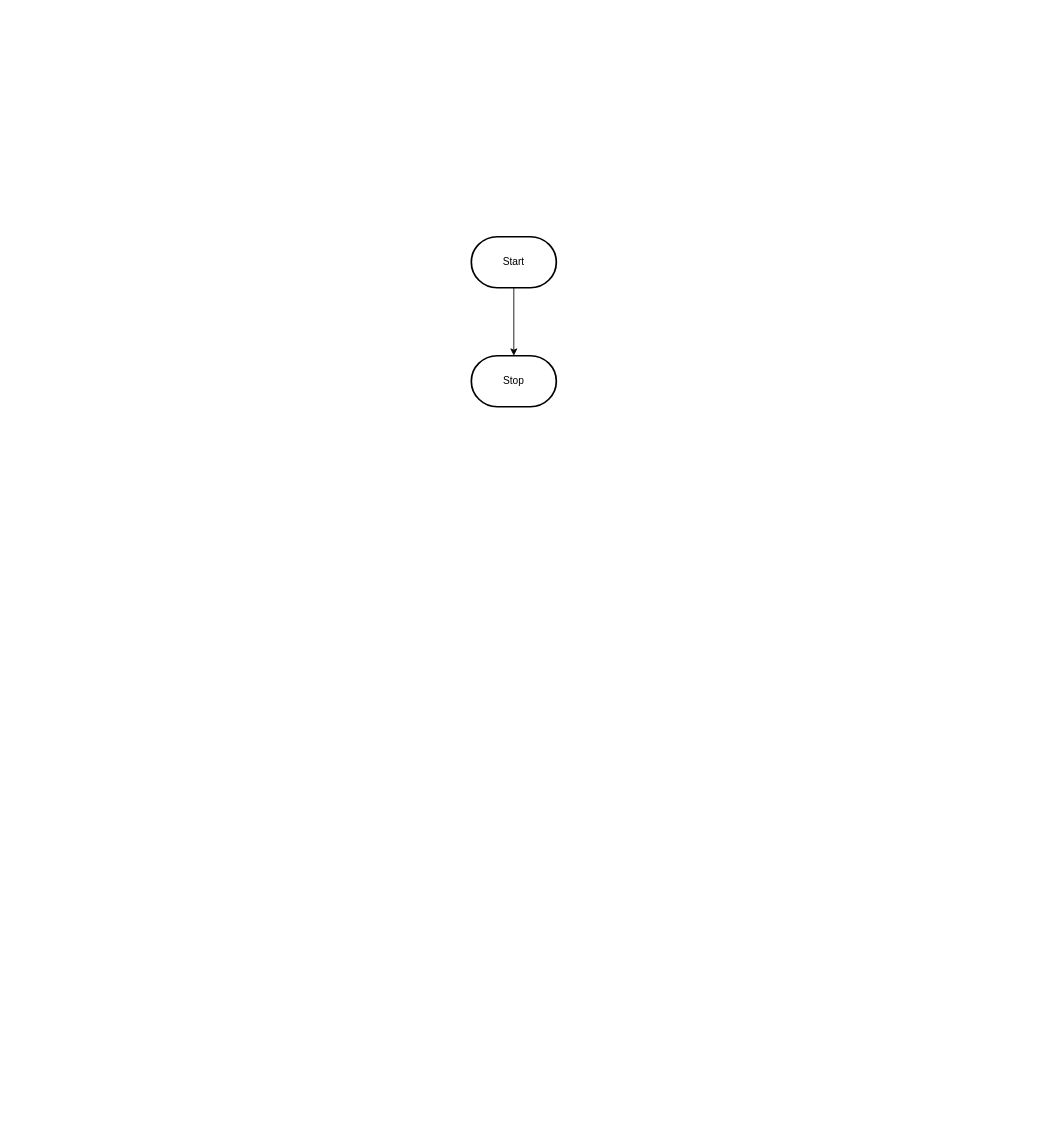
Earlier version of the draw.io diagram design/flowchart.drawio (MTHS-ICS2O-2-2022/ICS2O-Assignment-04-Bonnie-Zhu). Source tidied: cells renumbered, new cells numbered last; positions are measured from the earlier drawing's top-left corner, leaving out a move shared by most shapes. Both pictures are drawn from the tidied source at 85%, with x=0, y=0 at pixel (471, 236).
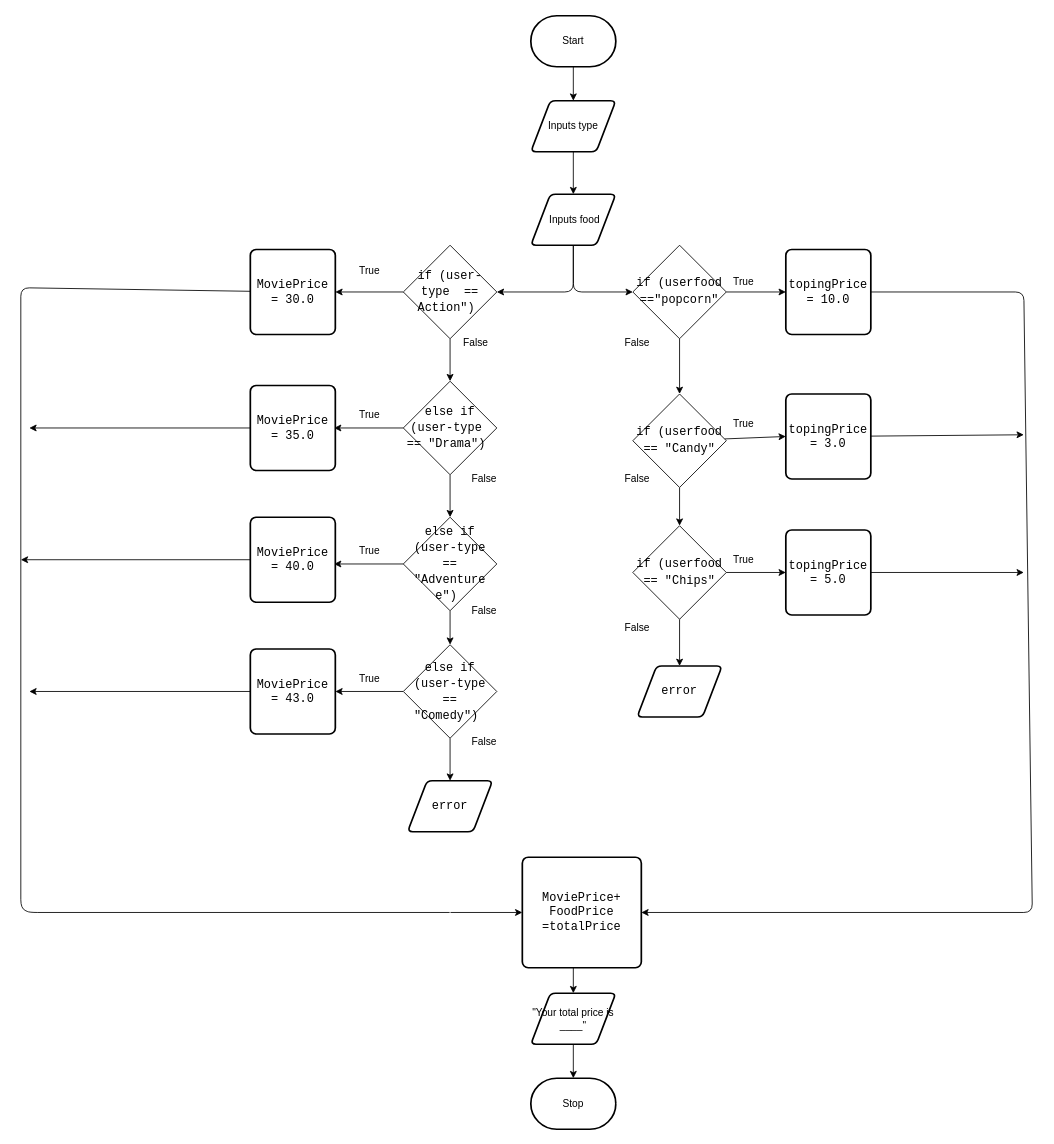
Above is the later version.

Change to the diagram source:
```diff
@@
-    <mxCell id="2" style="edgeStyle=orthogonalEdgeStyle;html=1;rounded=0;" parent="1" edge="1" source="3" target="4">
-      <mxGeometry relative="1" as="geometry" />
-    </mxCell>
+    <mxCell id="5" style="edgeStyle=none;html=1;fontColor=#000000;" parent="1" edge="1" source="3" target="7">
+      <mxGeometry relative="1" as="geometry" />
+    </mxCell>
-    <mxCell id="3" value="Start" style="strokeWidth=2;html=1;shape=mxgraph.flowchart.terminator;whiteSpace=wrap;" parent="1" vertex="1">
-      <mxGeometry width="100" height="60" as="geometry" />
+    <mxCell id="3" value="&lt;font color=&quot;#000000&quot;&gt;Start&lt;/font&gt;" style="strokeWidth=2;html=1;shape=mxgraph.flowchart.terminator;whiteSpace=wrap;" parent="1" vertex="1">
+      <mxGeometry x="70" y="-260" width="100" height="60" as="geometry" />
     </mxCell>
+    <mxCell id="6" style="edgeStyle=none;html=1;entryX=0.5;entryY=0;entryDx=0;entryDy=0;fontColor=#000000;" parent="1" edge="1" source="7" target="15">
+      <mxGeometry relative="1" as="geometry" />
+    </mxCell>
+    <mxCell id="7" value="&lt;font&gt;Inputs type&lt;/font&gt;" style="shape=parallelogram;html=1;strokeWidth=2;perimeter=parallelogramPerimeter;whiteSpace=wrap;rounded=1;arcSize=12;size=0.23;fontColor=#000000;" parent="1" vertex="1">
+      <mxGeometry x="70" y="-160" width="100" height="60" as="geometry" />
+    </mxCell>
+    <mxCell id="8" style="edgeStyle=none;html=1;fontColor=#000000;" parent="1" edge="1" target="12">
+      <mxGeometry relative="1" as="geometry">
+        <mxPoint x="120" y="850" as="sourcePoint" />
+      </mxGeometry>
+    </mxCell>
+    <mxCell id="9" style="edgeStyle=none;html=1;entryX=0;entryY=0.5;entryDx=0;entryDy=0;fontColor=#000000;" parent="1" edge="1" source="10" target="53">
+      <mxGeometry relative="1" as="geometry">
+        <Array as="points">
+          <mxPoint x="-530" y="60" />
+          <mxPoint x="-530" y="790" />
+          <mxPoint x="-520" y="795" />
+        </Array>
+      </mxGeometry>
+    </mxCell>
+    <mxCell id="10" value="&lt;span style=&quot;font-family: &amp;quot;consolas&amp;quot; , &amp;quot;courier new&amp;quot; , monospace ; font-size: 14px&quot;&gt;&lt;font&gt;MoviePrice = 30.0&lt;/font&gt;&lt;/span&gt;" style="rounded=1;whiteSpace=wrap;html=1;absoluteArcSize=1;arcSize=14;strokeWidth=2;fontColor=#000000;" parent="1" vertex="1">
+      <mxGeometry x="-260" y="15" width="100" height="100" as="geometry" />
+    </mxCell>
+    <mxCell id="11" style="edgeStyle=none;html=1;fontColor=#000000;" parent="1" edge="1" source="12">
+      <mxGeometry relative="1" as="geometry">
+        <mxPoint x="120" y="990" as="targetPoint" />
+      </mxGeometry>
+    </mxCell>
+    <mxCell id="12" value="&lt;font&gt;&quot;Your total price is ____&quot;&lt;/font&gt;" style="shape=parallelogram;html=1;strokeWidth=2;perimeter=parallelogramPerimeter;whiteSpace=wrap;rounded=1;arcSize=12;size=0.23;fontColor=#000000;" parent="1" vertex="1">
+      <mxGeometry x="70" y="890" width="100" height="60" as="geometry" />
+    </mxCell>
-    <mxCell id="4" value="Stop" style="strokeWidth=2;html=1;shape=mxgraph.flowchart.terminator;whiteSpace=wrap;" parent="1" vertex="1">
-      <mxGeometry y="140" width="100" height="60" as="geometry" />
+    <mxCell id="4" value="&lt;font&gt;Stop&lt;/font&gt;" style="strokeWidth=2;html=1;shape=mxgraph.flowchart.terminator;whiteSpace=wrap;fontColor=#000000;" parent="1" vertex="1">
+      <mxGeometry x="70" y="990" width="100" height="60" as="geometry" />
     </mxCell>
+    <mxCell id="13" style="edgeStyle=none;html=1;entryX=1;entryY=0.5;entryDx=0;entryDy=0;fontColor=#000000;" parent="1" edge="1" source="15" target="18">
+      <mxGeometry relative="1" as="geometry">
+        <Array as="points">
+          <mxPoint x="120" y="65" />
+        </Array>
+      </mxGeometry>
+    </mxCell>
+    <mxCell id="14" style="edgeStyle=none;html=1;entryX=0;entryY=0.5;entryDx=0;entryDy=0;fontColor=#000000;" parent="1" edge="1" source="15" target="38">
+      <mxGeometry relative="1" as="geometry">
+        <Array as="points">
+          <mxPoint x="120" y="65" />
+        </Array>
+      </mxGeometry>
+    </mxCell>
+    <mxCell id="15" value="&lt;font&gt;&amp;nbsp;Inputs food&lt;/font&gt;" style="shape=parallelogram;html=1;strokeWidth=2;perimeter=parallelogramPerimeter;whiteSpace=wrap;rounded=1;arcSize=12;size=0.23;fontColor=#000000;" parent="1" vertex="1">
+      <mxGeometry x="70" y="-50" width="100" height="60" as="geometry" />
+    </mxCell>
+    <mxCell id="16" style="edgeStyle=none;html=1;entryX=0.5;entryY=0;entryDx=0;entryDy=0;fontColor=#000000;" parent="1" edge="1" source="18" target="21">
+      <mxGeometry relative="1" as="geometry" />
+    </mxCell>
+    <mxCell id="17" style="edgeStyle=none;html=1;fontColor=#000000;" parent="1" edge="1" source="18" target="10">
+      <mxGeometry relative="1" as="geometry" />
+    </mxCell>
+    <mxCell id="18" value="&lt;div style=&quot;font-family: &amp;quot;consolas&amp;quot; , &amp;quot;courier new&amp;quot; , monospace ; font-size: 14px ; line-height: 19px&quot;&gt;&lt;font&gt;if (user-type&amp;nbsp; == Action&quot;)&amp;nbsp;&lt;/font&gt;&lt;/div&gt;" style="rhombus;whiteSpace=wrap;html=1;rounded=0;strokeWidth=1;fontColor=#000000;" parent="1" vertex="1">
+      <mxGeometry x="-80" y="10" width="110" height="110" as="geometry" />
+    </mxCell>
+    <mxCell id="19" style="edgeStyle=none;html=1;entryX=1;entryY=0.5;entryDx=0;entryDy=0;fontColor=#000000;" parent="1" edge="1" source="21">
+      <mxGeometry relative="1" as="geometry">
+        <mxPoint x="-161.5" y="225" as="targetPoint" />
+      </mxGeometry>
+    </mxCell>
+    <mxCell id="20" style="edgeStyle=none;html=1;entryX=0.5;entryY=0;entryDx=0;entryDy=0;fontColor=#000000;" parent="1" edge="1" source="21" target="24">
+      <mxGeometry relative="1" as="geometry" />
+    </mxCell>
+    <mxCell id="21" value="&lt;div style=&quot;font-family: &amp;quot;consolas&amp;quot; , &amp;quot;courier new&amp;quot; , monospace ; font-size: 14px ; line-height: 19px&quot;&gt;&lt;font&gt;else if (user-type&amp;nbsp; == &quot;Drama&quot;)&amp;nbsp;&lt;/font&gt;&lt;/div&gt;" style="rhombus;whiteSpace=wrap;html=1;fontColor=#000000;" parent="1" vertex="1">
+      <mxGeometry x="-80" y="170" width="110" height="110" as="geometry" />
+    </mxCell>
+    <mxCell id="22" style="edgeStyle=none;html=1;fontColor=#000000;" parent="1" edge="1" source="24">
+      <mxGeometry relative="1" as="geometry">
+        <mxPoint x="-161.5" y="385" as="targetPoint" />
+      </mxGeometry>
+    </mxCell>
+    <mxCell id="23" style="edgeStyle=none;html=1;entryX=0.5;entryY=0;entryDx=0;entryDy=0;fontColor=#000000;" parent="1" edge="1" source="24" target="27">
+      <mxGeometry relative="1" as="geometry" />
+    </mxCell>
+    <mxCell id="24" value="&lt;div style=&quot;font-family: &amp;quot;consolas&amp;quot; , &amp;quot;courier new&amp;quot; , monospace ; font-size: 14px ; line-height: 19px&quot;&gt;&lt;font&gt;else if (user-type == &quot;Adventure e&quot;)&amp;nbsp;&lt;/font&gt;&lt;/div&gt;" style="rhombus;whiteSpace=wrap;html=1;fontColor=#000000;" parent="1" vertex="1">
+      <mxGeometry x="-80" y="330" width="110" height="110" as="geometry" />
+    </mxCell>
+    <mxCell id="25" style="edgeStyle=none;html=1;entryX=0.5;entryY=0;entryDx=0;entryDy=0;fontColor=#000000;" parent="1" edge="1" source="27" target="29">
+      <mxGeometry relative="1" as="geometry" />
+    </mxCell>
+    <mxCell id="26" style="edgeStyle=none;html=1;entryX=1;entryY=0.5;entryDx=0;entryDy=0;fontColor=#000000;" parent="1" edge="1" source="27" target="31">
+      <mxGeometry relative="1" as="geometry" />
+    </mxCell>
+    <mxCell id="27" value="&lt;div style=&quot;font-family: &amp;quot;consolas&amp;quot; , &amp;quot;courier new&amp;quot; , monospace ; font-size: 14px ; line-height: 19px&quot;&gt;&lt;font&gt;else if (user-type == &quot;Comedy&quot;)&amp;nbsp;&lt;/font&gt;&lt;/div&gt;" style="rhombus;whiteSpace=wrap;html=1;fontColor=#000000;" parent="1" vertex="1">
+      <mxGeometry x="-80" y="480" width="110" height="110" as="geometry" />
+    </mxCell>
+    <mxCell id="28" style="edgeStyle=none;html=1;entryX=0;entryY=0.5;entryDx=0;entryDy=0;fillColor=#60a917;strokeColor=#FFFFFF;entryPerimeter=0;fontColor=#000000;" parent="1" edge="1" source="29" target="4">
+      <mxGeometry relative="1" as="geometry">
+        <Array as="points">
+          <mxPoint x="-25" y="1020" />
+        </Array>
+      </mxGeometry>
+    </mxCell>
+    <mxCell id="29" value="&lt;div style=&quot;font-family: &amp;quot;consolas&amp;quot; , &amp;quot;courier new&amp;quot; , monospace ; font-size: 14px ; line-height: 19px&quot;&gt;&lt;font&gt;error&lt;/font&gt;&lt;/div&gt;" style="shape=parallelogram;html=1;strokeWidth=2;perimeter=parallelogramPerimeter;whiteSpace=wrap;rounded=1;arcSize=12;size=0.23;fontColor=#000000;" parent="1" vertex="1">
+      <mxGeometry x="-75" y="640" width="100" height="60" as="geometry" />
+    </mxCell>
+    <mxCell id="30" style="edgeStyle=none;html=1;fontColor=#000000;" parent="1" edge="1" source="31">
+      <mxGeometry relative="1" as="geometry">
+        <mxPoint x="-520" y="535" as="targetPoint" />
+      </mxGeometry>
+    </mxCell>
+    <mxCell id="31" value="&lt;span style=&quot;font-family: &amp;quot;consolas&amp;quot; , &amp;quot;courier new&amp;quot; , monospace ; font-size: 14px&quot;&gt;&lt;font&gt;MoviePrice = 43.0&lt;/font&gt;&lt;/span&gt;" style="rounded=1;whiteSpace=wrap;html=1;absoluteArcSize=1;arcSize=14;strokeWidth=2;fontColor=#000000;" parent="1" vertex="1">
+      <mxGeometry x="-260" y="485" width="100" height="100" as="geometry" />
+    </mxCell>
+    <mxCell id="32" style="edgeStyle=none;html=1;fontColor=#000000;" parent="1" edge="1" source="33">
+      <mxGeometry relative="1" as="geometry">
+        <mxPoint x="-530" y="380" as="targetPoint" />
+      </mxGeometry>
+    </mxCell>
+    <mxCell id="33" value="&lt;span style=&quot;font-family: &amp;quot;consolas&amp;quot; , &amp;quot;courier new&amp;quot; , monospace ; font-size: 14px&quot;&gt;&lt;font&gt;MoviePrice = 40.0&lt;/font&gt;&lt;/span&gt;" style="rounded=1;whiteSpace=wrap;html=1;absoluteArcSize=1;arcSize=14;strokeWidth=2;fontColor=#000000;" parent="1" vertex="1">
+      <mxGeometry x="-260" y="330" width="100" height="100" as="geometry" />
+    </mxCell>
+    <mxCell id="34" style="edgeStyle=none;html=1;fontColor=#000000;" parent="1" edge="1" source="35">
+      <mxGeometry relative="1" as="geometry">
+        <mxPoint x="-520" y="225" as="targetPoint" />
+      </mxGeometry>
+    </mxCell>
+    <mxCell id="35" value="&lt;span style=&quot;font-family: &amp;quot;consolas&amp;quot; , &amp;quot;courier new&amp;quot; , monospace ; font-size: 14px&quot;&gt;&lt;font&gt;MoviePrice = 35.0&lt;/font&gt;&lt;/span&gt;" style="rounded=1;whiteSpace=wrap;html=1;absoluteArcSize=1;arcSize=14;strokeWidth=2;fontColor=#000000;" parent="1" vertex="1">
+      <mxGeometry x="-260" y="175" width="100" height="100" as="geometry" />
+    </mxCell>
+    <mxCell id="36" style="edgeStyle=none;html=1;entryX=0.5;entryY=0;entryDx=0;entryDy=0;fontColor=#000000;" parent="1" edge="1" source="38" target="41">
+      <mxGeometry relative="1" as="geometry" />
+    </mxCell>
+    <mxCell id="37" style="edgeStyle=none;html=1;entryX=0;entryY=0.5;entryDx=0;entryDy=0;fontColor=#000000;" parent="1" edge="1" source="38" target="48">
+      <mxGeometry relative="1" as="geometry" />
+    </mxCell>
+    <mxCell id="38" value="&lt;div style=&quot;line-height: 19px&quot;&gt;&lt;div style=&quot;line-height: 19px&quot;&gt;&lt;font face=&quot;consolas, courier new, monospace&quot;&gt;&lt;span style=&quot;font-size: 14px&quot;&gt;if (userfood ==&quot;popcorn&quot;&lt;/span&gt;&lt;/font&gt;&lt;/div&gt;&lt;/div&gt;" style="rhombus;whiteSpace=wrap;html=1;fontColor=#000000;" parent="1" vertex="1">
+      <mxGeometry x="190" y="10" width="110" height="110" as="geometry" />
+    </mxCell>
+    <mxCell id="39" style="edgeStyle=none;html=1;entryX=0.5;entryY=0;entryDx=0;entryDy=0;fontColor=#000000;" parent="1" edge="1" source="41" target="44">
+      <mxGeometry relative="1" as="geometry" />
+    </mxCell>
+    <mxCell id="40" style="edgeStyle=none;html=1;entryX=0;entryY=0.5;entryDx=0;entryDy=0;fontColor=#000000;" parent="1" edge="1" source="41" target="52">
+      <mxGeometry relative="1" as="geometry" />
+    </mxCell>
+    <mxCell id="41" value="&lt;div style=&quot;line-height: 19px&quot;&gt;&lt;font face=&quot;consolas, courier new, monospace&quot;&gt;&lt;span style=&quot;font-size: 14px&quot;&gt;if (userfood == &quot;Candy&quot;&lt;/span&gt;&lt;/font&gt;&lt;br&gt;&lt;/div&gt;" style="rhombus;whiteSpace=wrap;html=1;fontColor=#000000;" parent="1" vertex="1">
+      <mxGeometry x="190" y="185" width="110" height="110" as="geometry" />
+    </mxCell>
+    <mxCell id="42" style="edgeStyle=none;html=1;entryX=0.5;entryY=0;entryDx=0;entryDy=0;fontColor=#000000;" parent="1" edge="1" source="44" target="46">
+      <mxGeometry relative="1" as="geometry" />
+    </mxCell>
+    <mxCell id="43" style="edgeStyle=none;html=1;entryX=0;entryY=0.5;entryDx=0;entryDy=0;fontColor=#000000;" parent="1" edge="1" source="44" target="50">
+      <mxGeometry relative="1" as="geometry">
+        <Array as="points">
+          <mxPoint x="370" y="395" />
+        </Array>
+      </mxGeometry>
+    </mxCell>
+    <mxCell id="44" value="&lt;div style=&quot;line-height: 19px&quot;&gt;&lt;font&gt;&lt;font face=&quot;consolas, courier new, monospace&quot;&gt;&lt;span style=&quot;font-size: 14px&quot;&gt;if (userfood == &quot;Chips&quot;&lt;/span&gt;&lt;/font&gt;&lt;/font&gt;&lt;br&gt;&lt;/div&gt;" style="rhombus;whiteSpace=wrap;html=1;fontColor=#000000;" parent="1" vertex="1">
+      <mxGeometry x="190" y="340" width="110" height="110" as="geometry" />
+    </mxCell>
+    <mxCell id="45" style="edgeStyle=none;html=1;entryX=1;entryY=0.5;entryDx=0;entryDy=0;fillColor=#60a917;strokeColor=#FFFFFF;entryPerimeter=0;fontColor=#000000;" parent="1" edge="1" source="46" target="4">
+      <mxGeometry relative="1" as="geometry">
+        <Array as="points">
+          <mxPoint x="245" y="1020" />
+        </Array>
+      </mxGeometry>
+    </mxCell>
+    <mxCell id="46" value="&lt;div style=&quot;font-family: &amp;quot;consolas&amp;quot; , &amp;quot;courier new&amp;quot; , monospace ; font-size: 14px ; line-height: 19px&quot;&gt;&lt;font&gt;error&lt;/font&gt;&lt;/div&gt;" style="shape=parallelogram;html=1;strokeWidth=2;perimeter=parallelogramPerimeter;whiteSpace=wrap;rounded=1;arcSize=12;size=0.23;fontColor=#000000;" parent="1" vertex="1">
+      <mxGeometry x="195" y="505" width="100" height="60" as="geometry" />
+    </mxCell>
+    <mxCell id="47" style="edgeStyle=none;html=1;entryX=1;entryY=0.5;entryDx=0;entryDy=0;fontColor=#000000;" parent="1" edge="1" source="48" target="53">
+      <mxGeometry relative="1" as="geometry">
+        <Array as="points">
+          <mxPoint x="650" y="65" />
+          <mxPoint x="660" y="795" />
+        </Array>
+      </mxGeometry>
+    </mxCell>
+    <mxCell id="48" value="&lt;span style=&quot;font-family: &amp;quot;consolas&amp;quot; , &amp;quot;courier new&amp;quot; , monospace ; font-size: 14px&quot;&gt;&lt;font&gt;topingPrice = 10.0&lt;/font&gt;&lt;/span&gt;" style="rounded=1;whiteSpace=wrap;html=1;absoluteArcSize=1;arcSize=14;strokeWidth=2;fontColor=#000000;" parent="1" vertex="1">
+      <mxGeometry x="370" y="15" width="100" height="100" as="geometry" />
+    </mxCell>
+    <mxCell id="49" style="edgeStyle=none;html=1;fontColor=#000000;" parent="1" edge="1" source="50">
+      <mxGeometry relative="1" as="geometry">
+        <mxPoint x="650" y="395" as="targetPoint" />
+      </mxGeometry>
+    </mxCell>
+    <mxCell id="50" value="&lt;span style=&quot;font-family: &amp;quot;consolas&amp;quot; , &amp;quot;courier new&amp;quot; , monospace ; font-size: 14px&quot;&gt;&lt;font&gt;topingPrice = 5.0&lt;/font&gt;&lt;/span&gt;" style="rounded=1;whiteSpace=wrap;html=1;absoluteArcSize=1;arcSize=14;strokeWidth=2;fontColor=#000000;" parent="1" vertex="1">
+      <mxGeometry x="370" y="345" width="100" height="100" as="geometry" />
+    </mxCell>
+    <mxCell id="51" style="edgeStyle=none;html=1;fontColor=#000000;" parent="1" edge="1" source="52">
+      <mxGeometry relative="1" as="geometry">
+        <mxPoint x="650" y="233" as="targetPoint" />
+      </mxGeometry>
+    </mxCell>
+    <mxCell id="52" value="&lt;span style=&quot;font-family: &amp;quot;consolas&amp;quot; , &amp;quot;courier new&amp;quot; , monospace ; font-size: 14px&quot;&gt;&lt;font&gt;topingPrice = 3.0&lt;/font&gt;&lt;/span&gt;" style="rounded=1;whiteSpace=wrap;html=1;absoluteArcSize=1;arcSize=14;strokeWidth=2;fontColor=#000000;" parent="1" vertex="1">
+      <mxGeometry x="370" y="185" width="100" height="100" as="geometry" />
+    </mxCell>
+    <mxCell id="53" value="&lt;font face=&quot;consolas, courier new, monospace&quot;&gt;&lt;span style=&quot;font-size: 14px;&quot;&gt;MoviePrice+&lt;br&gt;FoodPrice&lt;br&gt;=totalPrice&lt;/span&gt;&lt;/font&gt;" style="rounded=1;whiteSpace=wrap;html=1;absoluteArcSize=1;arcSize=14;strokeWidth=2;fontColor=#000000;" parent="1" vertex="1">
+      <mxGeometry x="60" y="730" width="140" height="130" as="geometry" />
+    </mxCell>
+    <mxCell id="54" value="&lt;font&gt;True&lt;/font&gt;" style="text;html=1;align=center;verticalAlign=middle;strokeColor=none;fillColor=none;fontColor=#000000;" parent="1" vertex="1">
+      <mxGeometry x="-140" y="30" width="40" height="20" as="geometry" />
+    </mxCell>
+    <mxCell id="55" value="&lt;font&gt;True&lt;/font&gt;" style="text;html=1;align=center;verticalAlign=middle;strokeColor=none;fillColor=none;fontColor=#000000;" parent="1" vertex="1">
+      <mxGeometry x="-140" y="200" width="40" height="20" as="geometry" />
+    </mxCell>
+    <mxCell id="56" value="&lt;font&gt;True&lt;/font&gt;" style="text;html=1;align=center;verticalAlign=middle;strokeColor=none;fillColor=none;fontColor=#000000;" parent="1" vertex="1">
+      <mxGeometry x="-140" y="360" width="40" height="20" as="geometry" />
+    </mxCell>
+    <mxCell id="57" value="&lt;font&gt;True&lt;/font&gt;" style="text;html=1;align=center;verticalAlign=middle;strokeColor=none;fillColor=none;fontColor=#000000;" parent="1" vertex="1">
+      <mxGeometry x="-140" y="510" width="40" height="20" as="geometry" />
+    </mxCell>
+    <mxCell id="58" value="&lt;font&gt;True&lt;/font&gt;" style="text;html=1;align=center;verticalAlign=middle;strokeColor=none;fillColor=none;fontColor=#000000;" parent="1" vertex="1">
+      <mxGeometry x="300" y="370" width="40" height="20" as="geometry" />
+    </mxCell>
+    <mxCell id="59" value="&lt;font&gt;True&lt;/font&gt;" style="text;html=1;align=center;verticalAlign=middle;strokeColor=none;fillColor=none;fontColor=#000000;" parent="1" vertex="1">
+      <mxGeometry x="300" y="210" width="40" height="20" as="geometry" />
+    </mxCell>
+    <mxCell id="60" value="&lt;font&gt;True&lt;/font&gt;" style="text;html=1;align=center;verticalAlign=middle;strokeColor=none;fillColor=none;fontColor=#000000;" parent="1" vertex="1">
+      <mxGeometry x="300" y="43" width="40" height="20" as="geometry" />
+    </mxCell>
+    <mxCell id="61" value="&lt;font&gt;False&lt;/font&gt;" style="text;html=1;align=center;verticalAlign=middle;strokeColor=none;fillColor=none;fontColor=#000000;" parent="1" vertex="1">
+      <mxGeometry x="-15" y="115" width="40" height="20" as="geometry" />
+    </mxCell>
+    <mxCell id="62" value="&lt;font&gt;False&lt;/font&gt;" style="text;html=1;align=center;verticalAlign=middle;strokeColor=none;fillColor=none;fontColor=#000000;" parent="1" vertex="1">
+      <mxGeometry x="-5" y="275" width="40" height="20" as="geometry" />
+    </mxCell>
+    <mxCell id="63" value="&lt;font&gt;False&lt;/font&gt;" style="text;html=1;align=center;verticalAlign=middle;strokeColor=none;fillColor=none;fontColor=#000000;" parent="1" vertex="1">
+      <mxGeometry x="-5" y="430" width="40" height="20" as="geometry" />
+    </mxCell>
+    <mxCell id="64" value="&lt;font&gt;False&lt;/font&gt;" style="text;html=1;align=center;verticalAlign=middle;strokeColor=none;fillColor=none;fontColor=#000000;" parent="1" vertex="1">
+      <mxGeometry x="-5" y="585" width="40" height="20" as="geometry" />
+    </mxCell>
+    <mxCell id="65" value="&lt;font&gt;False&lt;/font&gt;" style="text;html=1;align=center;verticalAlign=middle;strokeColor=none;fillColor=none;fontColor=#000000;" parent="1" vertex="1">
+      <mxGeometry x="175" y="450" width="40" height="20" as="geometry" />
+    </mxCell>
+    <mxCell id="66" value="&lt;font&gt;False&lt;/font&gt;" style="text;html=1;align=center;verticalAlign=middle;strokeColor=none;fillColor=none;fontColor=#000000;" parent="1" vertex="1">
+      <mxGeometry x="175" y="275" width="40" height="20" as="geometry" />
+    </mxCell>
+    <mxCell id="67" value="&lt;font&gt;False&lt;/font&gt;" style="text;html=1;align=center;verticalAlign=middle;strokeColor=none;fillColor=none;fontColor=#000000;" parent="1" vertex="1">
+      <mxGeometry x="175" y="115" width="40" height="20" as="geometry" />
+    </mxCell>
```
